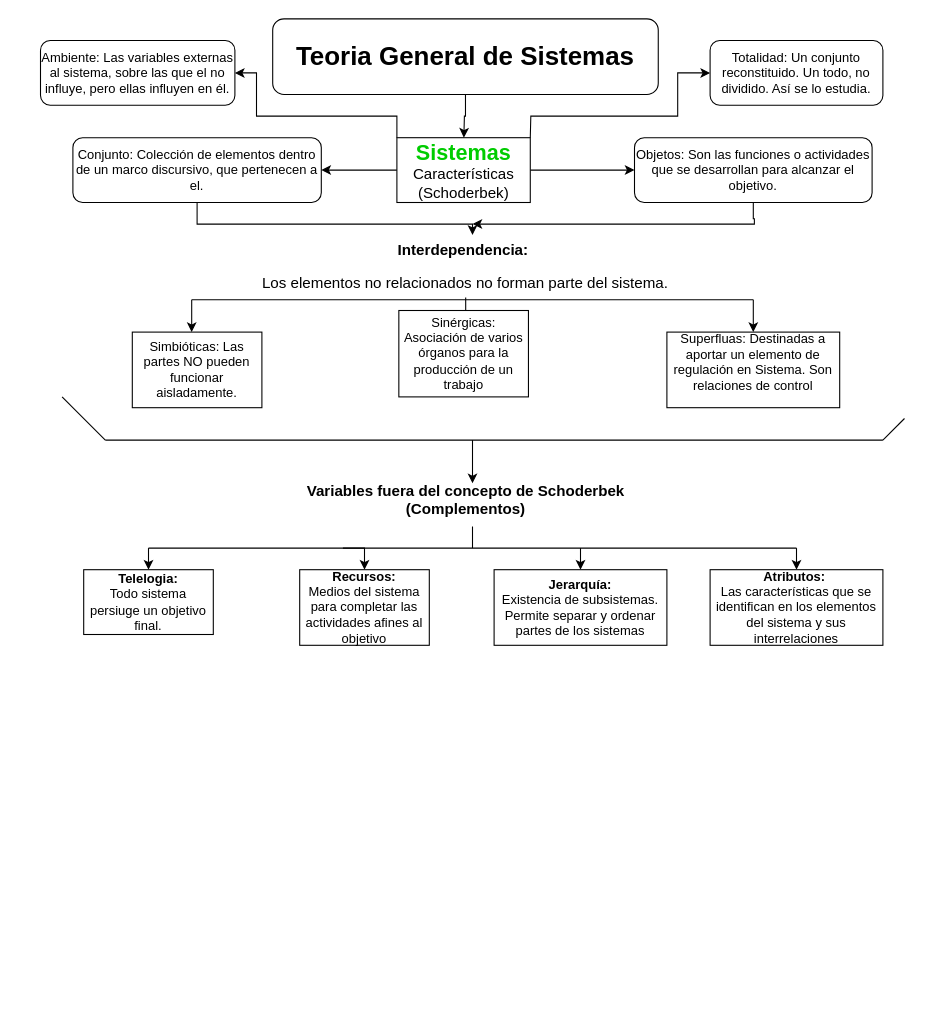
PsyKloX/nextjs-course keeps this draw.io diagram as Primer Parcial Sistemas.drawio. Above is the earlier version. Source tidied: cells renumbered, new cells numbered last; positions are measured from the earlier drawing's top-left corner, leaving out a move shared by most shapes. Both pictures are drawn from the tidied source at 108%, with x=0, y=0 at pixel (40, 18).
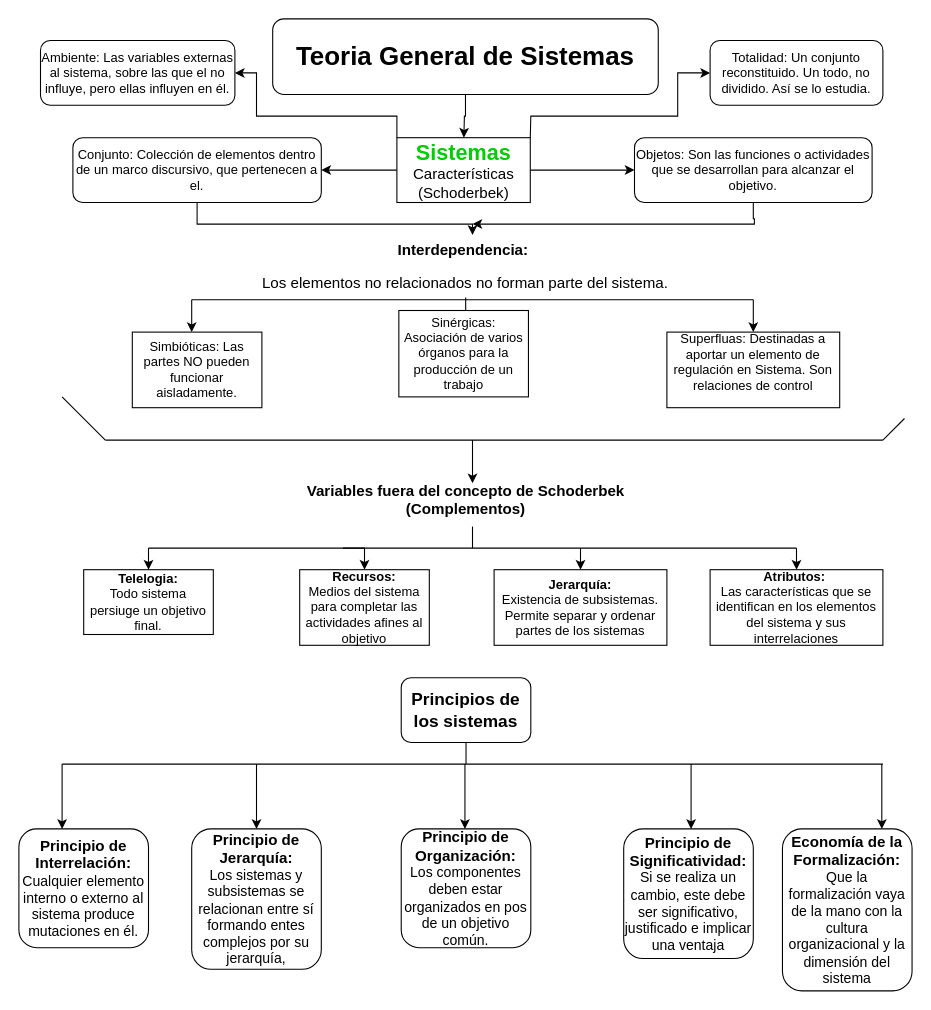
After the change.

Diff of the diagram source:
```diff
@@
+    <mxCell id="38" value="&lt;font style=&quot;font-size: 16px;&quot;&gt;&lt;b&gt;Principios de los sistemas&lt;/b&gt;&lt;/font&gt;" style="rounded=1;whiteSpace=wrap;html=1;" parent="1" vertex="1">
+      <mxGeometry x="334" y="610" width="120" height="60" as="geometry" />
+    </mxCell>
+    <mxCell id="39" style="endArrow=none;html=1;rounded=0;" parent="1" edge="1">
+      <mxGeometry relative="1" as="geometry">
+        <mxPoint x="20" y="690" as="sourcePoint" />
+        <mxPoint x="780" y="690" as="targetPoint" />
+      </mxGeometry>
+    </mxCell>
+    <mxCell id="40" style="endArrow=none;html=1;rounded=0;entryX=0.5;entryY=1;entryDx=0;entryDy=0;" parent="1" edge="1" target="38">
+      <mxGeometry relative="1" as="geometry">
+        <mxPoint x="394" y="690" as="sourcePoint" />
+      </mxGeometry>
+    </mxCell>
+    <mxCell id="41" style="endArrow=classic;html=1;rounded=0;" parent="1" edge="1">
+      <mxGeometry relative="1" as="geometry">
+        <mxPoint x="20" y="690" as="sourcePoint" />
+        <mxPoint x="20" y="750" as="targetPoint" />
+      </mxGeometry>
+    </mxCell>
+    <mxCell id="42" style="endArrow=classic;html=1;rounded=0;" parent="1" edge="1">
+      <mxGeometry relative="1" as="geometry">
+        <mxPoint x="393" y="690" as="sourcePoint" />
+        <mxPoint x="393" y="750" as="targetPoint" />
+      </mxGeometry>
+    </mxCell>
+    <mxCell id="43" style="endArrow=classic;html=1;rounded=0;" parent="1" edge="1">
+      <mxGeometry relative="1" as="geometry">
+        <mxPoint x="779" y="690" as="sourcePoint" />
+        <mxPoint x="779" y="750" as="targetPoint" />
+      </mxGeometry>
+    </mxCell>
+    <mxCell id="44" style="endArrow=classic;html=1;rounded=0;" parent="1" edge="1">
+      <mxGeometry relative="1" as="geometry">
+        <mxPoint x="200" y="690" as="sourcePoint" />
+        <mxPoint x="200" y="750" as="targetPoint" />
+      </mxGeometry>
+    </mxCell>
+    <mxCell id="45" style="endArrow=classic;html=1;rounded=0;" parent="1" edge="1">
+      <mxGeometry relative="1" as="geometry">
+        <mxPoint x="602.4" y="690" as="sourcePoint" />
+        <mxPoint x="602.4" y="750" as="targetPoint" />
+      </mxGeometry>
+    </mxCell>
+    <mxCell id="46" value="&lt;b&gt;&lt;font style=&quot;font-size: 14px;&quot;&gt;Principio de Interrelación:&lt;/font&gt;&lt;/b&gt;&lt;div&gt;&lt;font style=&quot;font-size: 13px;&quot;&gt;Cualquier elemento interno o externo al sistema produce mutaciones en él.&lt;/font&gt;&lt;/div&gt;" style="rounded=1;whiteSpace=wrap;html=1;" parent="1" vertex="1">
+      <mxGeometry x="-20" y="750" width="120" height="110" as="geometry" />
+    </mxCell>
+    <mxCell id="47" value="&lt;b style=&quot;font-size: 14px;&quot;&gt;&lt;font style=&quot;font-size: 14px;&quot;&gt;Principio de Jerarquía:&lt;/font&gt;&lt;/b&gt;&lt;div style=&quot;&quot;&gt;&lt;font style=&quot;font-size: 13px;&quot;&gt;Los sistemas y subsistemas se relacionan entre sí formando entes complejos por su jerarquía,&lt;/font&gt;&lt;/div&gt;" style="rounded=1;whiteSpace=wrap;html=1;" parent="1" vertex="1">
+      <mxGeometry x="140" y="750" width="120" height="130" as="geometry" />
+    </mxCell>
+    <mxCell id="48" value="&lt;b&gt;&lt;font style=&quot;font-size: 14px;&quot;&gt;Principio de Organización:&lt;/font&gt;&lt;/b&gt;&lt;div style=&quot;font-size: 13px;&quot;&gt;&lt;font style=&quot;font-size: 13px;&quot;&gt;Los componentes deben estar organizados en pos de un objetivo común&lt;/font&gt;.&lt;/div&gt;" style="rounded=1;whiteSpace=wrap;html=1;" parent="1" vertex="1">
+      <mxGeometry x="334" y="750" width="120" height="110" as="geometry" />
+    </mxCell>
+    <mxCell id="49" value="&lt;font style=&quot;font-size: 14px;&quot;&gt;&lt;b&gt;Principio de Significatividad:&lt;/b&gt;&lt;/font&gt;&lt;div&gt;&lt;font style=&quot;font-size: 13px;&quot;&gt;Si se realiza un cambio, este debe ser significativo, justificado e implicar una ventaja&lt;/font&gt;&lt;/div&gt;" style="rounded=1;whiteSpace=wrap;html=1;" parent="1" vertex="1">
+      <mxGeometry x="540" y="750" width="120" height="120" as="geometry" />
+    </mxCell>
+    <mxCell id="50" value="&lt;b&gt;&lt;font style=&quot;font-size: 14px;&quot;&gt;Economía de la Formalización:&lt;/font&gt;&lt;/b&gt;&lt;div&gt;&lt;font style=&quot;font-size: 13px;&quot;&gt;Que la formalización vaya de la mano con la cultura organizacional y la dimensión del sistema&lt;/font&gt;&lt;/div&gt;" style="rounded=1;whiteSpace=wrap;html=1;" parent="1" vertex="1">
+      <mxGeometry x="687" y="750" width="120" height="150" as="geometry" />
+    </mxCell>
```
